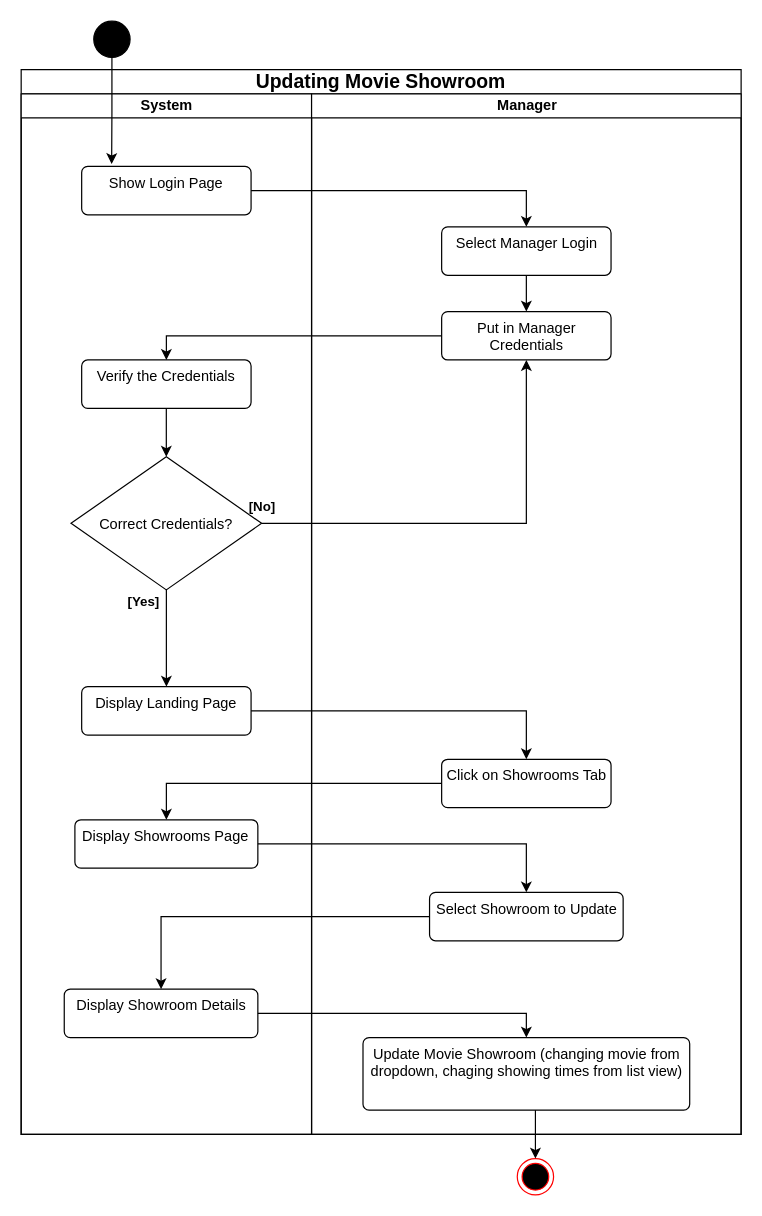
This is updatingShowrooms_UML.drawio from JustinBouffard/MovieTheaterManagementApp, a draw.io file, before an edit. Source tidied: cells renumbered, new cells numbered last; positions are measured from the earlier drawing's top-left corner, leaving out a move shared by most shapes. Both pictures are drawn from the tidied source at 121%, with x=0, y=0 at pixel (21, 21).
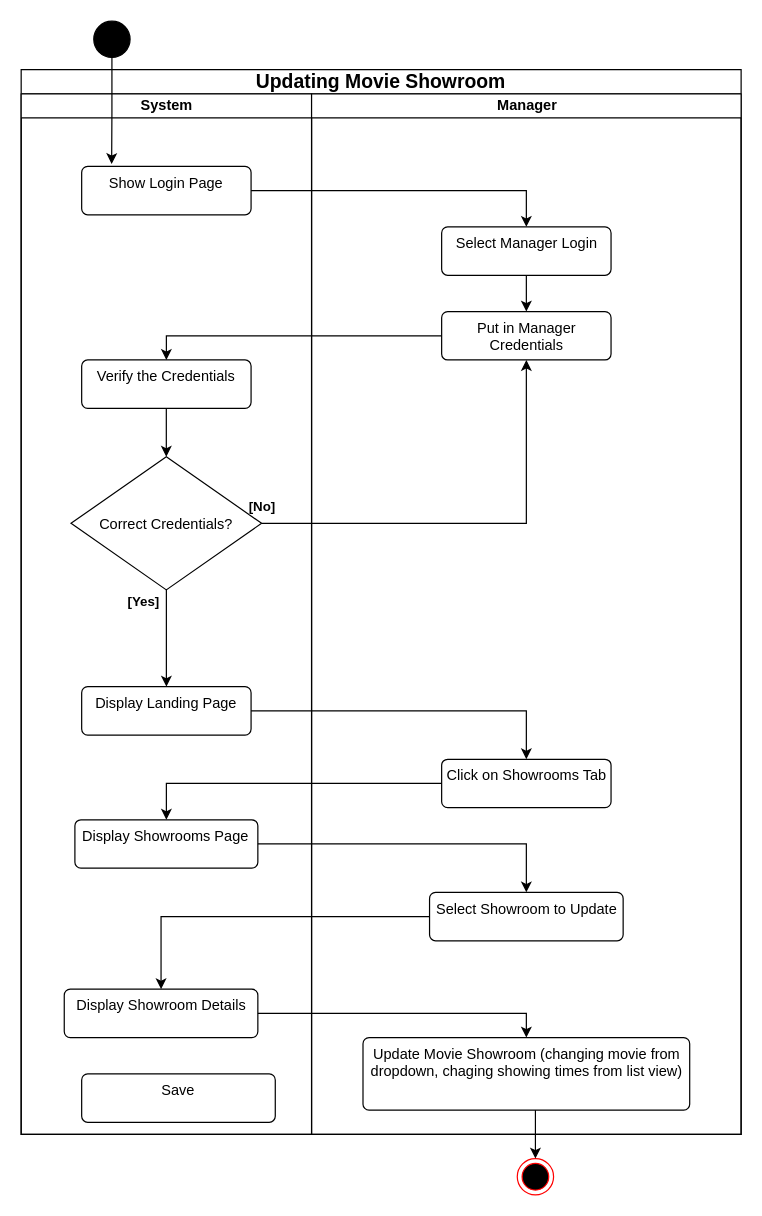
The same diagram, later.

The change refers to these unchanged cells:
```xml
<mxCell id="3" value="System" style="swimlane;startSize=20;html=1;" parent="2" vertex="1">
  <mxGeometry y="20" width="240" height="860" as="geometry" />
</mxCell>
```

Change to the diagram source:
```diff
@@
+    <mxCell id="33" value="Save" style="html=1;align=center;verticalAlign=top;rounded=1;absoluteArcSize=1;arcSize=10;dashed=0;whiteSpace=wrap;" parent="3" vertex="1">
+      <mxGeometry x="50" y="810" width="160" height="40" as="geometry" />
+    </mxCell>
```
